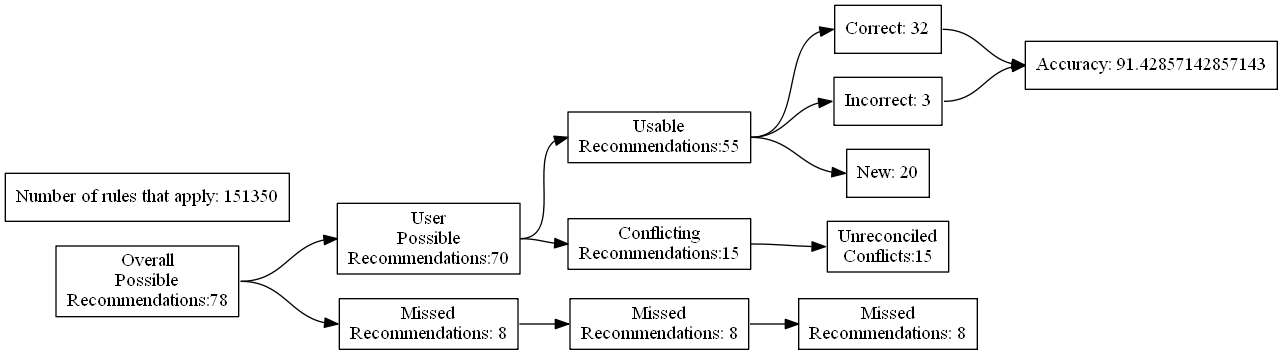
Earlier version of the Graphviz export test_renders/10.gv.png (ZaxR/ibd_diet_analysis). Its source is kept beside it as test_renders/10.gv.
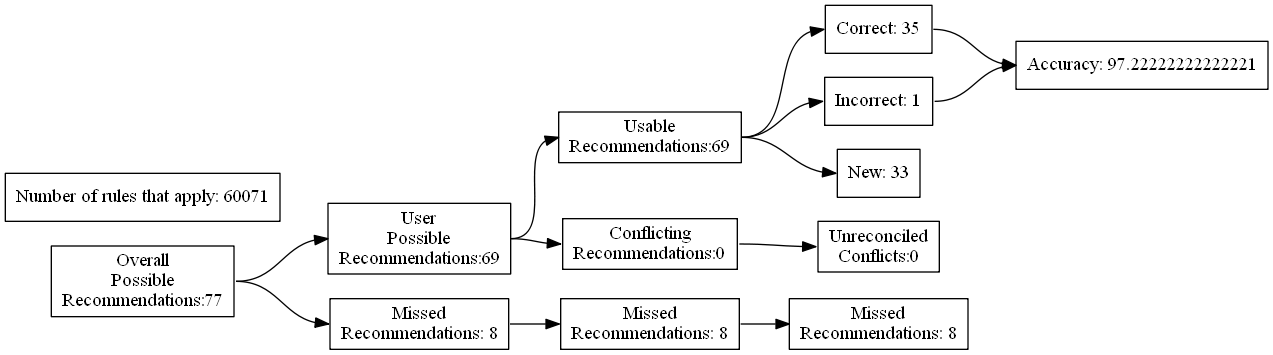
The same diagram one commit later.

The edit, as a diff of the source:
```diff
@@ -4,27 +4,27 @@
 	edge [headport=w tailport=e]
 		A [label="Overall
 Possible
-Recommendations:78"]
+Recommendations:77"]
 		B [label="User
 Possible
-Recommendations:70"]
+Recommendations:69"]
 		C [label="Missed
 Recommendations: 8"]
 		D [label="Usable
-Recommendations:55"]
+Recommendations:69"]
 		E [label="Conflicting
-Recommendations:15"]
+Recommendations:0"]
 		J [label="Missed
 Recommendations: 8"]
 		M [label="Unreconciled
-Conflicts:15"]
-		F [label="Correct: 32"]
-		G [label="Incorrect: 3"]
-		H [label="New: 20"]
+Conflicts:0"]
+		F [label="Correct: 35"]
+		G [label="Incorrect: 1"]
+		H [label="New: 33"]
 		K [label="Missed
 Recommendations: 8"]
-		I [label="Accuracy: 91.42857142857143"]
-		l [label="Number of rules that apply: 151350"]
+		I [label="Accuracy: 97.22222222222221"]
+		l [label="Number of rules that apply: 60071"]
 			A -> B
 			A -> C
 			B -> D
```
